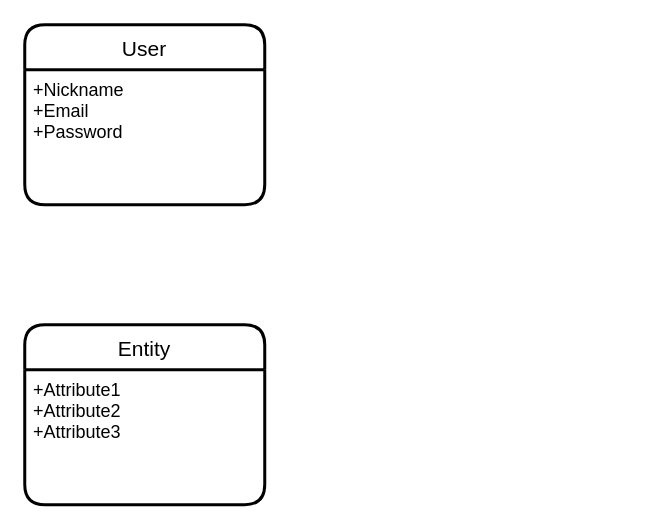
This is VLog.dio from ukkiy-ray/vlog_app, a draw.io file, before an edit. Source tidied: cells renumbered, new cells numbered last; positions are measured from the earlier drawing's top-left corner, leaving out a move shared by most shapes. Both pictures are drawn from the tidied source at 150%, with x=0, y=0 at pixel (24, 24).
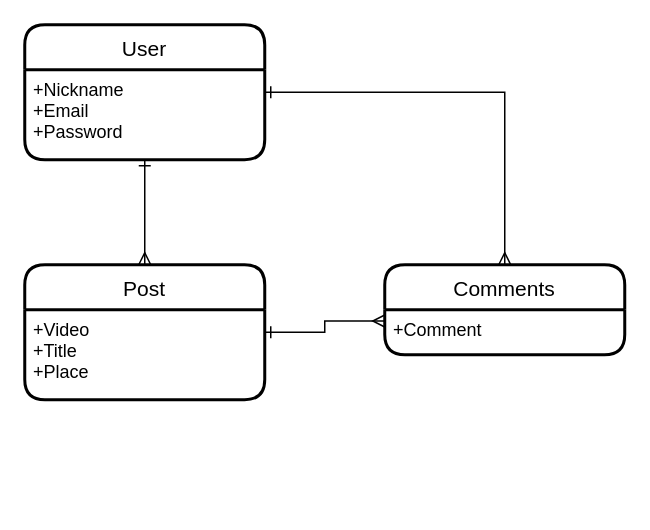
After the change.

Change to the diagram source:
```diff
@@
 <mxGraphModel>
   <root>
     <mxCell id="0" />
     <mxCell id="1" parent="0" />
     <mxCell id="2" value="User" style="swimlane;horizontal=1;startSize=30;rounded=1;fontSize=14;fontStyle=0;strokeWidth=2;shadow=0;dashed=0;align=center;" parent="1" vertex="1">
-      <mxGeometry width="160" height="120" as="geometry" />
+      <mxGeometry width="160" height="90" as="geometry" />
     </mxCell>
     <mxCell id="3" value="+Nickname&#10;+Email&#10;+Password" style="align=left;strokeColor=none;fillColor=none;spacingLeft=4;fontSize=12;verticalAlign=top;" parent="2" vertex="1">
-      <mxGeometry y="30" width="160" height="90" as="geometry" />
+      <mxGeometry y="30" width="160" height="60" as="geometry" />
     </mxCell>
     <mxCell id="4" style="edgeStyle=orthogonalEdgeStyle;rounded=0;orthogonalLoop=1;jettySize=auto;html=1;exitX=0.5;exitY=1;exitDx=0;exitDy=0;" parent="2" edge="1" source="3" target="3">
       <mxGeometry relative="1" as="geometry" />
     </mxCell>
     <mxCell id="5" style="edgeStyle=orthogonalEdgeStyle;rounded=0;orthogonalLoop=1;jettySize=auto;html=1;exitX=0.5;exitY=1;exitDx=0;exitDy=0;" parent="2" edge="1" source="3" target="3">
       <mxGeometry relative="1" as="geometry" />
     </mxCell>
-    <mxCell id="6" value="Entity" style="swimlane;horizontal=1;startSize=30;rounded=1;fontSize=14;fontStyle=0;strokeWidth=2;shadow=0;dashed=0;align=center;" parent="1" vertex="1">
-      <mxGeometry y="200" width="160" height="120" as="geometry" />
+    <mxCell id="6" value="Post" style="swimlane;horizontal=1;startSize=30;rounded=1;fontSize=14;fontStyle=0;strokeWidth=2;shadow=0;dashed=0;align=center;" parent="1" vertex="1">
+      <mxGeometry y="160" width="160" height="90" as="geometry" />
     </mxCell>
-    <mxCell id="7" value="+Attribute1&#10;+Attribute2&#10;+Attribute3" style="align=left;strokeColor=none;fillColor=none;spacingLeft=4;fontSize=12;verticalAlign=top;" parent="6" vertex="1">
-      <mxGeometry y="30" width="160" height="90" as="geometry" />
+    <mxCell id="7" value="+Video&#10;+Title&#10;+Place" style="align=left;strokeColor=none;fillColor=none;spacingLeft=4;fontSize=12;verticalAlign=top;" parent="6" vertex="1">
+      <mxGeometry y="30" width="160" height="60" as="geometry" />
     </mxCell>
+    <mxCell id="8" style="edgeStyle=orthogonalEdgeStyle;rounded=0;jettySize=auto;html=1;exitX=0.5;exitY=1;exitDx=0;exitDy=0;entryX=0.5;entryY=0;entryDx=0;entryDy=0;startArrow=ERone;startFill=0;endArrow=ERmany;endFill=0;" parent="1" edge="1" source="3" target="6">
+      <mxGeometry relative="1" as="geometry" />
+    </mxCell>
+    <mxCell id="9" style="edgeStyle=orthogonalEdgeStyle;rounded=0;jettySize=auto;html=1;exitX=0.5;exitY=0;exitDx=0;exitDy=0;entryX=1;entryY=0.25;entryDx=0;entryDy=0;startArrow=ERmany;startFill=0;endArrow=ERone;endFill=0;" parent="1" edge="1" source="10" target="3">
+      <mxGeometry relative="1" as="geometry" />
+    </mxCell>
+    <mxCell id="10" value="Comments" style="swimlane;horizontal=1;startSize=30;rounded=1;fontSize=14;fontStyle=0;strokeWidth=2;shadow=0;dashed=0;align=center;" parent="1" vertex="1">
+      <mxGeometry x="240" y="160" width="160" height="60" as="geometry" />
+    </mxCell>
+    <mxCell id="11" value="+Comment" style="align=left;strokeColor=none;fillColor=none;spacingLeft=4;fontSize=12;verticalAlign=top;" parent="10" vertex="1">
+      <mxGeometry y="30" width="160" height="30" as="geometry" />
+    </mxCell>
+    <mxCell id="12" style="edgeStyle=orthogonalEdgeStyle;rounded=0;jettySize=auto;html=1;exitX=0;exitY=0.25;exitDx=0;exitDy=0;entryX=1;entryY=0.25;entryDx=0;entryDy=0;startArrow=ERmany;startFill=0;endArrow=ERone;endFill=0;" parent="1" edge="1" source="11" target="7">
+      <mxGeometry relative="1" as="geometry" />
+    </mxCell>
   </root>
 </mxGraphModel>
```
